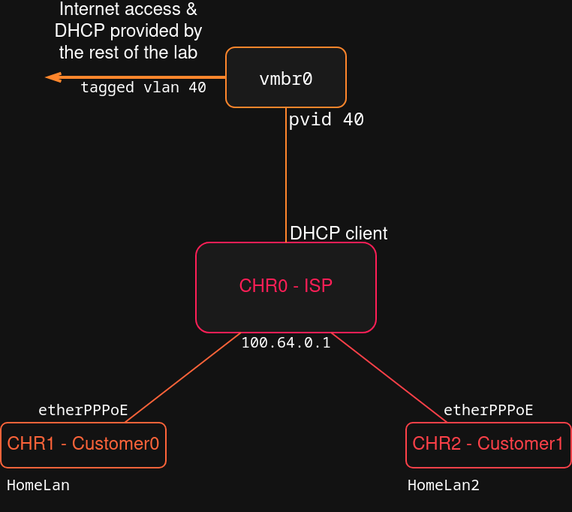
Before: projects/08-mtcna-lab-2/topology.png, a diagram exported from draw.io (Andreansx/Networking-lab). Source tidied: cells renumbered, new cells last; positions are measured from the earlier drawing's top-left corner, leaving out a move shared by most shapes. Source of this version:
```xml
<mxGraphModel>
  <root>
    <mxCell id="0" />
    <mxCell id="1" parent="0" />
    <mxCell id="2" value="&lt;span style=&quot;color: light-dark(rgb(255, 31, 87), rgb(255, 31, 87));&quot;&gt;CHR0 - ISP&lt;/span&gt;" style="rounded=1;whiteSpace=wrap;html=1;fillColor=light-dark(#000000,#1A1A1A);strokeColor=light-dark(#FF1F57,#FF1F57);" parent="1" vertex="1">
      <mxGeometry x="130" y="160" width="120" height="60" as="geometry" />
    </mxCell>
    <mxCell id="3" value="&lt;pre&gt;vmbr0&lt;/pre&gt;" style="rounded=1;whiteSpace=wrap;html=1;fillColor=light-dark(#000000,#1A1A1A);strokeColor=light-dark(#FFFFFF,#FF862C);" parent="1" vertex="1">
      <mxGeometry x="150" y="30" width="80" height="40" as="geometry" />
    </mxCell>
    <mxCell id="4" style="endArrow=none;html=1;rounded=0;entryX=0.5;entryY=1;entryDx=0;entryDy=0;exitX=0.5;exitY=0;exitDx=0;exitDy=0;strokeColor=light-dark(#FFFFFF,#FF862C);" parent="1" edge="1" source="2" target="3">
      <mxGeometry relative="1" as="geometry" />
    </mxCell>
    <mxCell id="5" value="DHCP client" style="text;html=1;align=center;verticalAlign=middle;whiteSpace=wrap;rounded=0;" parent="1" vertex="1">
      <mxGeometry x="190" y="150" width="70" height="10" as="geometry" />
    </mxCell>
    <mxCell id="6" value="&lt;pre&gt;pvid 40&lt;/pre&gt;" style="text;html=1;align=center;verticalAlign=middle;whiteSpace=wrap;rounded=0;" parent="1" vertex="1">
      <mxGeometry x="192" y="72" width="50" height="10" as="geometry" />
    </mxCell>
    <mxCell id="7" value="&lt;span style=&quot;color: light-dark(rgb(0, 0, 0), rgb(255, 100, 58));&quot;&gt;CHR1 - Customer0&lt;/span&gt;" style="rounded=1;whiteSpace=wrap;html=1;strokeColor=light-dark(#000000,#FF643A);" parent="1" vertex="1">
      <mxGeometry y="280" width="110" height="30" as="geometry" />
    </mxCell>
    <mxCell id="8" style="endArrow=none;html=1;rounded=0;exitX=0.75;exitY=0;exitDx=0;exitDy=0;entryX=0.25;entryY=1;entryDx=0;entryDy=0;strokeColor=light-dark(#000000,#FF643A);" parent="1" edge="1" source="7" target="2">
      <mxGeometry relative="1" as="geometry" />
    </mxCell>
    <mxCell id="9" value="&lt;span style=&quot;color: light-dark(rgb(180, 101, 4), rgb(255, 65, 73));&quot;&gt;CHR2 - Customer1&lt;/span&gt;" style="rounded=1;whiteSpace=wrap;html=1;strokeColor=light-dark(#B46504,#FF4149);" parent="1" vertex="1">
      <mxGeometry x="270" y="280" width="110" height="30" as="geometry" />
    </mxCell>
    <mxCell id="10" style="endArrow=none;html=1;rounded=0;entryX=0.75;entryY=1;entryDx=0;entryDy=0;exitX=0.25;exitY=0;exitDx=0;exitDy=0;strokeColor=light-dark(#B46504,#FF4149);" parent="1" edge="1" source="9" target="2">
      <mxGeometry relative="1" as="geometry" />
    </mxCell>
    <mxCell id="11" value="&lt;pre&gt;&lt;font style=&quot;font-size: 10px;&quot;&gt;etherPPPoE&lt;/font&gt;&lt;/pre&gt;" style="text;html=1;align=center;verticalAlign=middle;whiteSpace=wrap;rounded=0;" parent="1" vertex="1">
      <mxGeometry x="20" y="260" width="70" height="20" as="geometry" />
    </mxCell>
    <mxCell id="12" value="&lt;pre&gt;&lt;font style=&quot;font-size: 10px;&quot;&gt;etherPPPoE&lt;/font&gt;&lt;/pre&gt;" style="text;html=1;align=center;verticalAlign=middle;whiteSpace=wrap;rounded=0;" parent="1" vertex="1">
      <mxGeometry x="290" y="260" width="70" height="20" as="geometry" />
    </mxCell>
    <mxCell id="13" value="&lt;pre&gt;&lt;font style=&quot;font-size: 10px;&quot;&gt;HomeLan&lt;/font&gt;&lt;/pre&gt;" style="text;html=1;align=center;verticalAlign=middle;whiteSpace=wrap;rounded=0;" parent="1" vertex="1">
      <mxGeometry y="310" width="50" height="20" as="geometry" />
    </mxCell>
    <mxCell id="14" value="&lt;pre&gt;&lt;font style=&quot;font-size: 10px;&quot;&gt;HomeLan2&lt;/font&gt;&lt;/pre&gt;" style="text;html=1;align=center;verticalAlign=middle;whiteSpace=wrap;rounded=0;" parent="1" vertex="1">
      <mxGeometry x="270" y="310" width="50" height="20" as="geometry" />
    </mxCell>
    <mxCell id="15" value="&lt;pre&gt;&lt;font style=&quot;font-size: 10px;&quot;&gt;100.64.0.1&lt;/font&gt;&lt;/pre&gt;" style="text;html=1;align=center;verticalAlign=middle;whiteSpace=wrap;rounded=0;" parent="1" vertex="1">
      <mxGeometry x="155" y="220" width="70" height="10" as="geometry" />
    </mxCell>
    <mxCell id="16" style="endArrow=openThin;html=1;rounded=0;exitX=0;exitY=0.5;exitDx=0;exitDy=0;strokeColor=light-dark(#FFFFFF,#FF862C);endFill=0;strokeWidth=2;" parent="1" edge="1" source="3">
      <mxGeometry relative="1" as="geometry">
        <mxPoint x="30" y="50" as="targetPoint" />
      </mxGeometry>
    </mxCell>
    <mxCell id="17" value="Internet access &amp;amp; DHCP provided by the rest of the lab" style="text;html=1;align=center;verticalAlign=middle;whiteSpace=wrap;rounded=0;" parent="1" vertex="1">
      <mxGeometry x="30" width="110" height="40" as="geometry" />
    </mxCell>
    <mxCell id="18" value="&lt;pre&gt;&lt;font style=&quot;font-size: 10px;&quot;&gt;tagged vlan 40&lt;/font&gt;&lt;/pre&gt;" style="text;html=1;align=center;verticalAlign=middle;whiteSpace=wrap;rounded=0;" parent="1" vertex="1">
      <mxGeometry x="50" y="50" width="90" height="10" as="geometry" />
    </mxCell>
  </root>
</mxGraphModel>
```
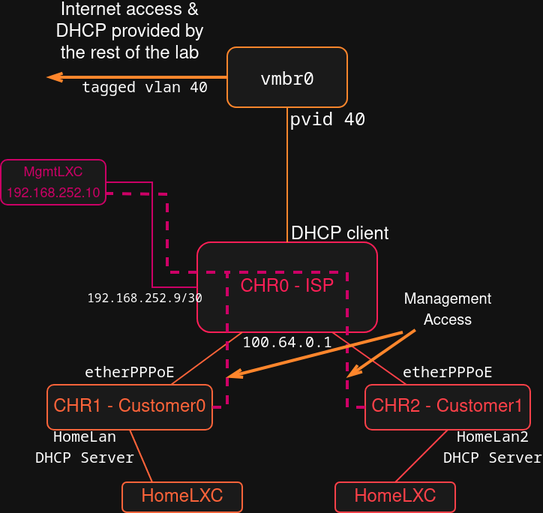
After the change.

Change to the diagram source:
```diff
@@ -17,30 +17,27 @@
     <mxCell id="6" value="&lt;pre&gt;pvid 40&lt;/pre&gt;" style="text;html=1;align=center;verticalAlign=middle;whiteSpace=wrap;rounded=0;" parent="1" vertex="1">
       <mxGeometry x="192" y="72" width="50" height="10" as="geometry" />
     </mxCell>
-    <mxCell id="7" value="&lt;span style=&quot;color: light-dark(rgb(0, 0, 0), rgb(255, 100, 58));&quot;&gt;CHR1 - Customer0&lt;/span&gt;" style="rounded=1;whiteSpace=wrap;html=1;strokeColor=light-dark(#000000,#FF643A);" parent="1" vertex="1">
-      <mxGeometry y="280" width="110" height="30" as="geometry" />
+    <mxCell id="7" value="&lt;span style=&quot;color: light-dark(rgb(0, 0, 0), rgb(255, 100, 58));&quot;&gt;CHR1 - Customer0&lt;/span&gt;" style="rounded=1;whiteSpace=wrap;html=1;strokeColor=light-dark(#000000,#FF643A);fillColor=light-dark(#000000,#1A1A1A);" parent="1" vertex="1">
+      <mxGeometry x="30" y="255" width="110" height="30" as="geometry" />
     </mxCell>
     <mxCell id="8" style="endArrow=none;html=1;rounded=0;exitX=0.75;exitY=0;exitDx=0;exitDy=0;entryX=0.25;entryY=1;entryDx=0;entryDy=0;strokeColor=light-dark(#000000,#FF643A);" parent="1" edge="1" source="7" target="2">
       <mxGeometry relative="1" as="geometry" />
     </mxCell>
-    <mxCell id="9" value="&lt;span style=&quot;color: light-dark(rgb(180, 101, 4), rgb(255, 65, 73));&quot;&gt;CHR2 - Customer1&lt;/span&gt;" style="rounded=1;whiteSpace=wrap;html=1;strokeColor=light-dark(#B46504,#FF4149);" parent="1" vertex="1">
-      <mxGeometry x="270" y="280" width="110" height="30" as="geometry" />
+    <mxCell id="9" value="&lt;span style=&quot;color: light-dark(rgb(180, 101, 4), rgb(255, 65, 73));&quot;&gt;CHR2 - Customer1&lt;/span&gt;" style="rounded=1;whiteSpace=wrap;html=1;strokeColor=light-dark(#B46504,#FF4149);fillColor=light-dark(#000000,#1A1A1A);" parent="1" vertex="1">
+      <mxGeometry x="242" y="255" width="110" height="30" as="geometry" />
     </mxCell>
     <mxCell id="10" style="endArrow=none;html=1;rounded=0;entryX=0.75;entryY=1;entryDx=0;entryDy=0;exitX=0.25;exitY=0;exitDx=0;exitDy=0;strokeColor=light-dark(#B46504,#FF4149);" parent="1" edge="1" source="9" target="2">
       <mxGeometry relative="1" as="geometry" />
     </mxCell>
     <mxCell id="11" value="&lt;pre&gt;&lt;font style=&quot;font-size: 10px;&quot;&gt;etherPPPoE&lt;/font&gt;&lt;/pre&gt;" style="text;html=1;align=center;verticalAlign=middle;whiteSpace=wrap;rounded=0;" parent="1" vertex="1">
-      <mxGeometry x="20" y="260" width="70" height="20" as="geometry" />
+      <mxGeometry x="50" y="235" width="70" height="20" as="geometry" />
     </mxCell>
     <mxCell id="12" value="&lt;pre&gt;&lt;font style=&quot;font-size: 10px;&quot;&gt;etherPPPoE&lt;/font&gt;&lt;/pre&gt;" style="text;html=1;align=center;verticalAlign=middle;whiteSpace=wrap;rounded=0;" parent="1" vertex="1">
-      <mxGeometry x="290" y="260" width="70" height="20" as="geometry" />
+      <mxGeometry x="262" y="235" width="70" height="20" as="geometry" />
     </mxCell>
-    <mxCell id="13" value="&lt;pre&gt;&lt;font style=&quot;font-size: 10px;&quot;&gt;HomeLan&lt;/font&gt;&lt;/pre&gt;" style="text;html=1;align=center;verticalAlign=middle;whiteSpace=wrap;rounded=0;" parent="1" vertex="1">
-      <mxGeometry y="310" width="50" height="20" as="geometry" />
+    <mxCell id="13" value="&lt;pre&gt;&lt;font style=&quot;font-size: 10px;&quot;&gt;HomeLan&lt;br&gt;DHCP Server&lt;/font&gt;&lt;/pre&gt;" style="text;html=1;align=center;verticalAlign=middle;whiteSpace=wrap;rounded=0;" parent="1" vertex="1">
+      <mxGeometry x="30" y="285" width="50" height="20" as="geometry" />
     </mxCell>
-    <mxCell id="14" value="&lt;pre&gt;&lt;font style=&quot;font-size: 10px;&quot;&gt;HomeLan2&lt;/font&gt;&lt;/pre&gt;" style="text;html=1;align=center;verticalAlign=middle;whiteSpace=wrap;rounded=0;" parent="1" vertex="1">
-      <mxGeometry x="270" y="310" width="50" height="20" as="geometry" />
-    </mxCell>
     <mxCell id="15" value="&lt;pre&gt;&lt;font style=&quot;font-size: 10px;&quot;&gt;100.64.0.1&lt;/font&gt;&lt;/pre&gt;" style="text;html=1;align=center;verticalAlign=middle;whiteSpace=wrap;rounded=0;" parent="1" vertex="1">
       <mxGeometry x="155" y="220" width="70" height="10" as="geometry" />
     </mxCell>
@@ -55,5 +52,67 @@
     <mxCell id="18" value="&lt;pre&gt;&lt;font style=&quot;font-size: 10px;&quot;&gt;tagged vlan 40&lt;/font&gt;&lt;/pre&gt;" style="text;html=1;align=center;verticalAlign=middle;whiteSpace=wrap;rounded=0;" parent="1" vertex="1">
       <mxGeometry x="50" y="50" width="90" height="10" as="geometry" />
     </mxCell>
+    <mxCell id="19" value="&lt;div&gt;&lt;font style=&quot;font-size: 9px; color: light-dark(rgb(180, 101, 4), rgb(204, 0, 102));&quot;&gt;MgmtLXC&lt;/font&gt;&lt;/div&gt;&lt;div&gt;&lt;font style=&quot;font-size: 9px; color: light-dark(rgb(180, 101, 4), rgb(204, 0, 102));&quot;&gt;192.168.252.10&lt;/font&gt;&lt;/div&gt;" style="rounded=1;whiteSpace=wrap;html=1;strokeColor=light-dark(#B46504,#CC0066);fillColor=light-dark(#000000,#1A1A1A);" parent="1" vertex="1">
+      <mxGeometry x="-1" y="105" width="70" height="30" as="geometry" />
+    </mxCell>
+    <mxCell id="20" style="endArrow=none;html=1;rounded=0;exitX=1;exitY=0.5;exitDx=0;exitDy=0;entryX=0;entryY=0.5;entryDx=0;entryDy=0;strokeColor=light-dark(#B46504,#CC0066);" parent="1" edge="1" source="19" target="2">
+      <mxGeometry relative="1" as="geometry">
+        <Array as="points">
+          <mxPoint x="100" y="120" />
+          <mxPoint x="100" y="190" />
+        </Array>
+      </mxGeometry>
+    </mxCell>
+    <mxCell id="21" value="&lt;pre&gt;&lt;font style=&quot;font-size: 8px;&quot;&gt;192.168.252.9/30&lt;/font&gt;&lt;/pre&gt;" style="text;html=1;align=center;verticalAlign=middle;whiteSpace=wrap;rounded=0;" parent="1" vertex="1">
+      <mxGeometry x="60" y="190" width="70" height="10" as="geometry" />
+    </mxCell>
+    <mxCell id="22" value="&lt;span style=&quot;color: light-dark(rgb(0, 0, 0), rgb(255, 100, 58));&quot;&gt;HomeLXC&lt;/span&gt;" style="rounded=1;whiteSpace=wrap;html=1;strokeColor=light-dark(#000000,#FF643A);fillColor=light-dark(#000000,#1A1A1A);" parent="1" vertex="1">
+      <mxGeometry x="80" y="320" width="80" height="20" as="geometry" />
+    </mxCell>
+    <mxCell id="23" style="endArrow=none;html=1;rounded=0;exitX=0.25;exitY=0;exitDx=0;exitDy=0;entryX=0.5;entryY=1;entryDx=0;entryDy=0;strokeColor=light-dark(#000000,#FF643A);" parent="1" edge="1" source="22" target="7">
+      <mxGeometry relative="1" as="geometry" />
+    </mxCell>
+    <mxCell id="24" value="&lt;span style=&quot;color: light-dark(rgb(180, 101, 4), rgb(255, 65, 73));&quot;&gt;HomeLXC&lt;/span&gt;" style="rounded=1;whiteSpace=wrap;html=1;strokeColor=light-dark(#B46504,#FF4149);fillColor=light-dark(#000000,#1A1A1A);" parent="1" vertex="1">
+      <mxGeometry x="222" y="320" width="80" height="20" as="geometry" />
+    </mxCell>
+    <mxCell id="25" style="endArrow=none;html=1;rounded=0;exitX=0.5;exitY=0;exitDx=0;exitDy=0;entryX=0.5;entryY=1;entryDx=0;entryDy=0;strokeColor=light-dark(#B46504,#FF4149);" parent="1" edge="1" source="24" target="9">
+      <mxGeometry relative="1" as="geometry" />
+    </mxCell>
+    <mxCell id="26" value="&lt;pre&gt;&lt;font style=&quot;font-size: 10px;&quot;&gt;HomeLan2&lt;br&gt;DHCP Server&lt;/font&gt;&lt;/pre&gt;" style="text;html=1;align=center;verticalAlign=middle;whiteSpace=wrap;rounded=0;" parent="1" vertex="1">
+      <mxGeometry x="302" y="285" width="50" height="20" as="geometry" />
+    </mxCell>
+    <mxCell id="27" style="endArrow=none;dashed=1;html=1;strokeWidth=2;rounded=0;entryX=1;entryY=0.75;entryDx=0;entryDy=0;exitX=1;exitY=0.5;exitDx=0;exitDy=0;strokeColor=light-dark(#B46504,#CC0066);" parent="1" edge="1" source="7" target="19">
+      <mxGeometry relative="1" as="geometry">
+        <Array as="points">
+          <mxPoint x="150" y="270" />
+          <mxPoint x="150" y="210" />
+          <mxPoint x="150" y="180" />
+          <mxPoint x="110" y="180" />
+          <mxPoint x="110" y="128" />
+        </Array>
+      </mxGeometry>
+    </mxCell>
+    <mxCell id="28" style="endArrow=none;dashed=1;html=1;strokeWidth=2;rounded=0;exitX=0;exitY=0.5;exitDx=0;exitDy=0;strokeColor=light-dark(#B46504,#CC0066);" parent="1" edge="1" source="9">
+      <mxGeometry relative="1" as="geometry">
+        <mxPoint x="150" y="180" as="targetPoint" />
+        <Array as="points">
+          <mxPoint x="230" y="270" />
+          <mxPoint x="230" y="180" />
+        </Array>
+      </mxGeometry>
+    </mxCell>
+    <mxCell id="29" value="&lt;div&gt;&lt;font style=&quot;font-size: 10px;&quot;&gt;Management&lt;/font&gt;&lt;/div&gt;&lt;div&gt;&lt;font style=&quot;font-size: 10px;&quot;&gt;Access&lt;/font&gt;&lt;/div&gt;" style="text;html=1;align=center;verticalAlign=middle;whiteSpace=wrap;rounded=0;" parent="1" vertex="1">
+      <mxGeometry x="267" y="190" width="60" height="30" as="geometry" />
+    </mxCell>
+    <mxCell id="30" style="endArrow=openThin;html=1;rounded=1;exitX=0;exitY=1;exitDx=0;exitDy=0;endFill=0;strokeWidth=2;strokeColor=light-dark(#FFFFFF,#FF862C);curved=0;" parent="1" edge="1" source="29">
+      <mxGeometry relative="1" as="geometry">
+        <mxPoint x="150" y="250" as="targetPoint" />
+      </mxGeometry>
+    </mxCell>
+    <mxCell id="31" style="endArrow=openThin;html=1;rounded=1;exitX=0.14;exitY=0.947;exitDx=0;exitDy=0;exitPerimeter=0;endFill=0;strokeWidth=2;strokeColor=light-dark(#FFFFFF,#FF862C);curved=0;" parent="1" edge="1" source="29">
+      <mxGeometry relative="1" as="geometry">
+        <mxPoint x="230" y="250" as="targetPoint" />
+      </mxGeometry>
+    </mxCell>
   </root>
 </mxGraphModel>
```
